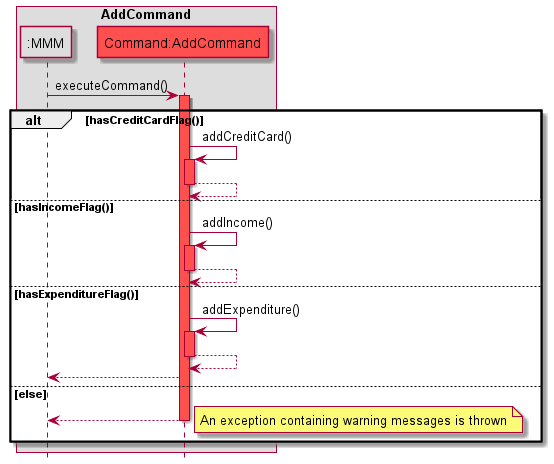
Before: docs/images/Add_Command_Sequence_Diagram.png, a diagram exported from PlantUML (nus-cs2113-AY2122S2/tp).
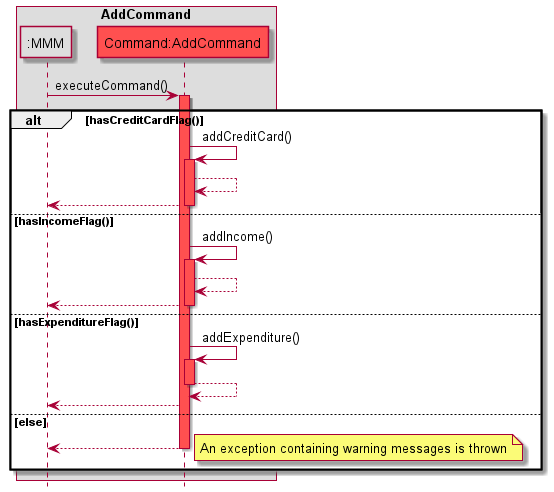
The same diagram one commit later.

Commit message:
Update add command sequence diagram

The edit, as a diff of the source:
```diff
@@ -13,14 +13,16 @@
 alt hasCreditCardFlag()
 AddCommand -> AddCommand: addCreditCard()
 activate AddCommand COMMANDS_COLOUR
-AddCommand --> AddCommand:
+AddCommand --> AddCommand
+AddCommand --> MMM
 deactivate AddCommand
 
 
 else hasIncomeFlag()
 AddCommand -> AddCommand: addIncome()
 activate AddCommand COMMANDS_COLOUR
-AddCommand --> AddCommand:
+AddCommand --> AddCommand
+AddCommand --> MMM
 deactivate AddCommand
 
 else hasExpenditureFlag()
@@ -28,10 +30,10 @@
 activate AddCommand COMMANDS_COLOUR
 AddCommand --> AddCommand:
 deactivate AddCommand COMMANDS_COLOUR
-AddCommand --> MMM:
+AddCommand --> MMM
 
 else else
-AddCommand --> MMM:
+AddCommand --> MMM
 deactivate AddCommand COMMANDS_COLOUR
 note right
 An exception containing warning messages is thrown
```
